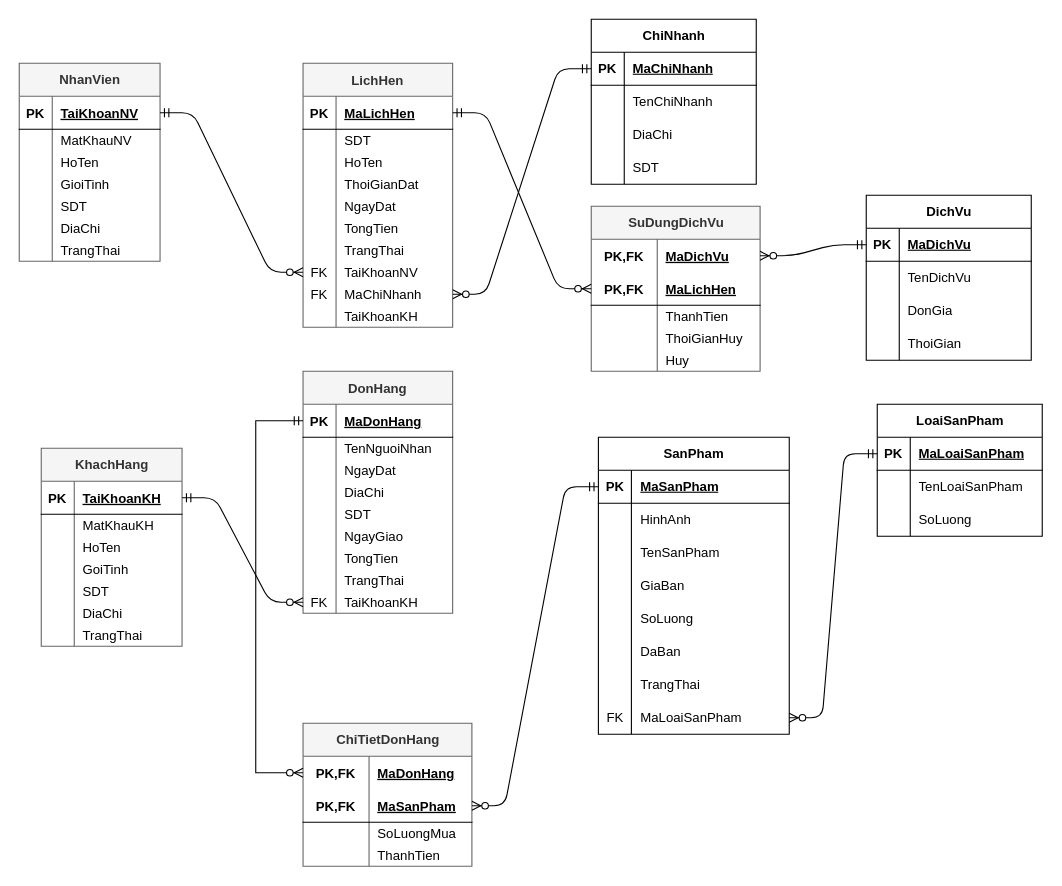
Earlier version of the draw.io diagram ERD/ERD_Babershop.drawio (phanvandinh99/BarberShop). Source tidied: cells renumbered, new cells numbered last; positions are measured from the earlier drawing's top-left corner, leaving out a move shared by most shapes. Both pictures are drawn from the tidied source at 110%, with x=0, y=0 at pixel (19, 19).
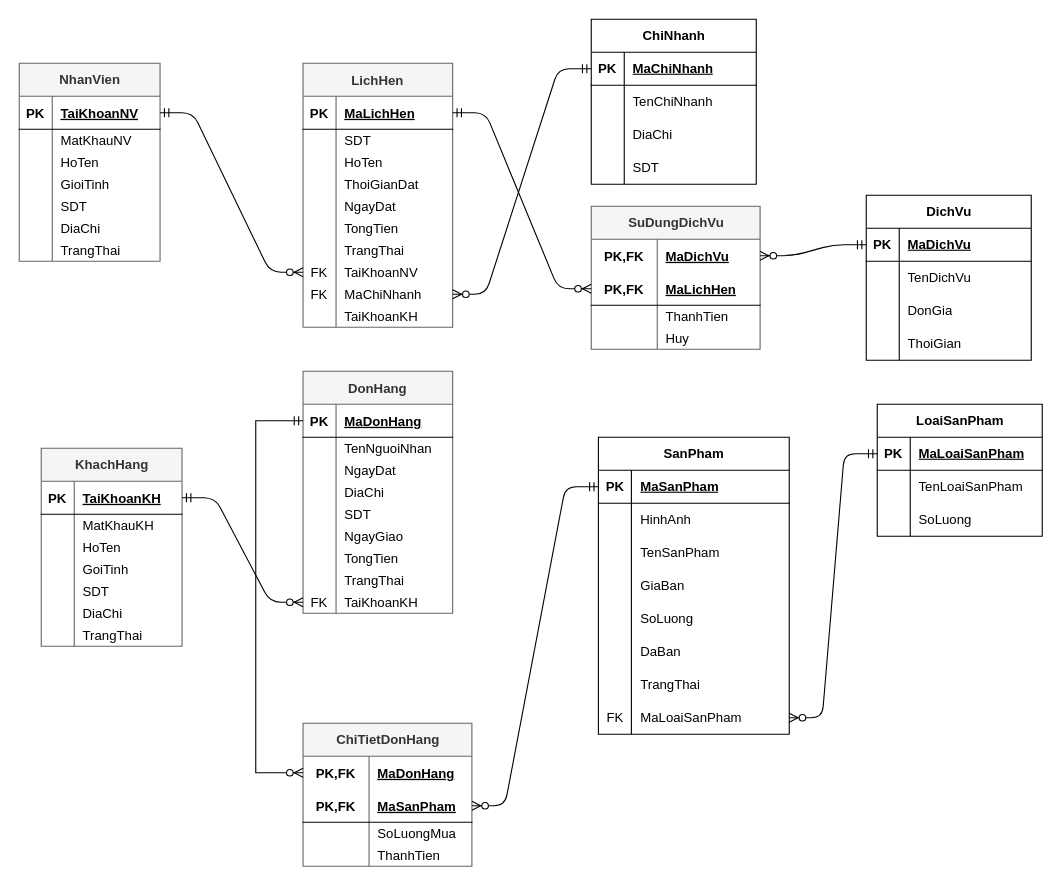
After the change.

Commit message (it also covers changes not shown here):
Update ERD and Database

What changed in the source:
```diff
@@
     <mxCell id="184" value="SuDungDichVu" style="shape=table;startSize=30;childLayout=tableLayout;rowLines=0;fontStyle=1;align=center;fillColor=#f5f5f5;html=1;strokeColor=#666666;fontColor=#333333;" parent="1" vertex="1">
-      <mxGeometry x="520" y="170" width="153.5" height="150" as="geometry" />
+      <mxGeometry x="520" y="170" width="153.5" height="130" as="geometry" />
     </mxCell>
@@
-    <mxCell id="194" style="shape=partialRectangle;fillColor=none;top=0;left=0;bottom=0;right=0;" parent="184" vertex="1">
-      <mxGeometry y="110" width="153.5" height="20" as="geometry" />
-    </mxCell>
-    <mxCell id="195" style="shape=partialRectangle;fillColor=none;top=0;left=0;bottom=0;right=0;overflow=hidden;" parent="194" vertex="1">
-      <mxGeometry width="60" height="20" as="geometry" />
-    </mxCell>
-    <mxCell id="196" value="ThoiGianHuy" style="shape=partialRectangle;fillColor=none;top=0;left=0;bottom=0;right=0;align=left;spacingLeft=6;overflow=hidden;" parent="194" vertex="1">
-      <mxGeometry x="60" width="93.5" height="20" as="geometry" />
-    </mxCell>
     <mxCell id="197" style="shape=partialRectangle;fillColor=none;top=0;left=0;bottom=0;right=0;" parent="184" vertex="1">
-      <mxGeometry y="130" width="153.5" height="20" as="geometry" />
+      <mxGeometry y="110" width="153.5" height="20" as="geometry" />
     </mxCell>
```
